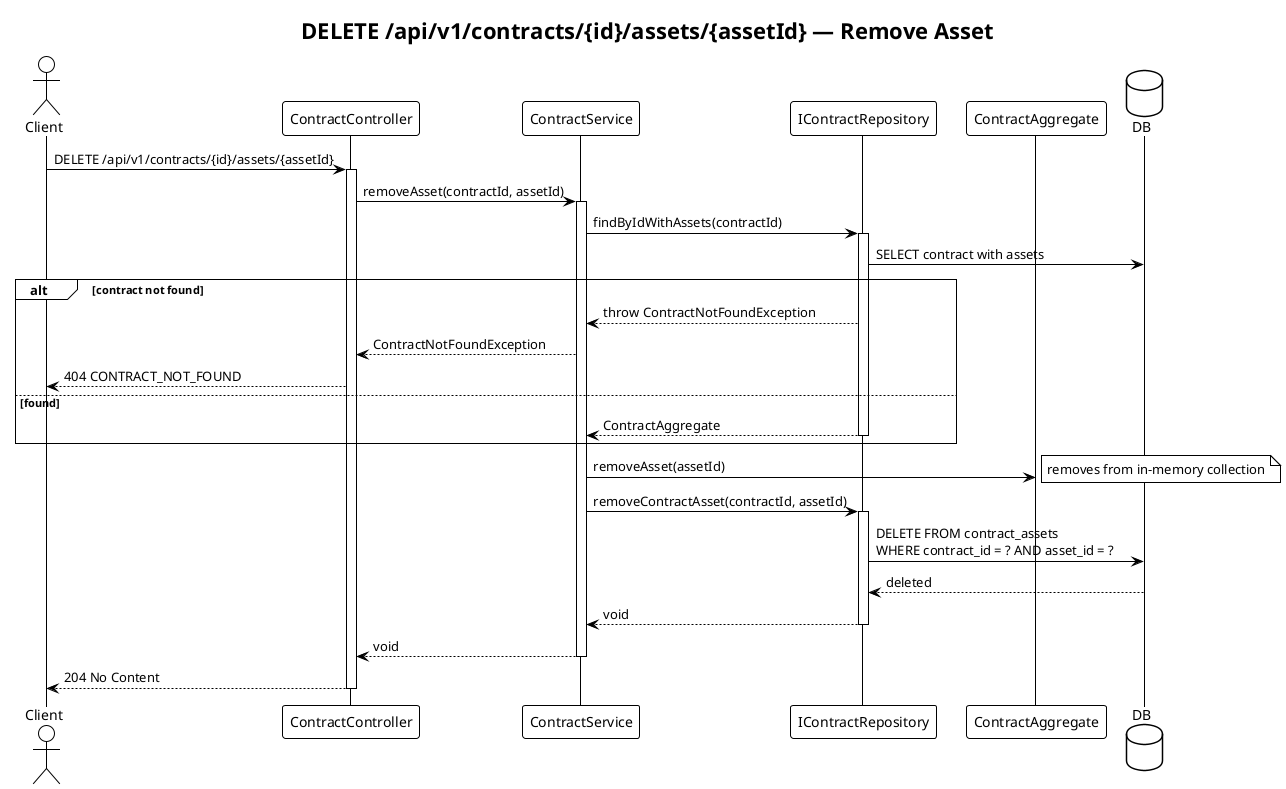
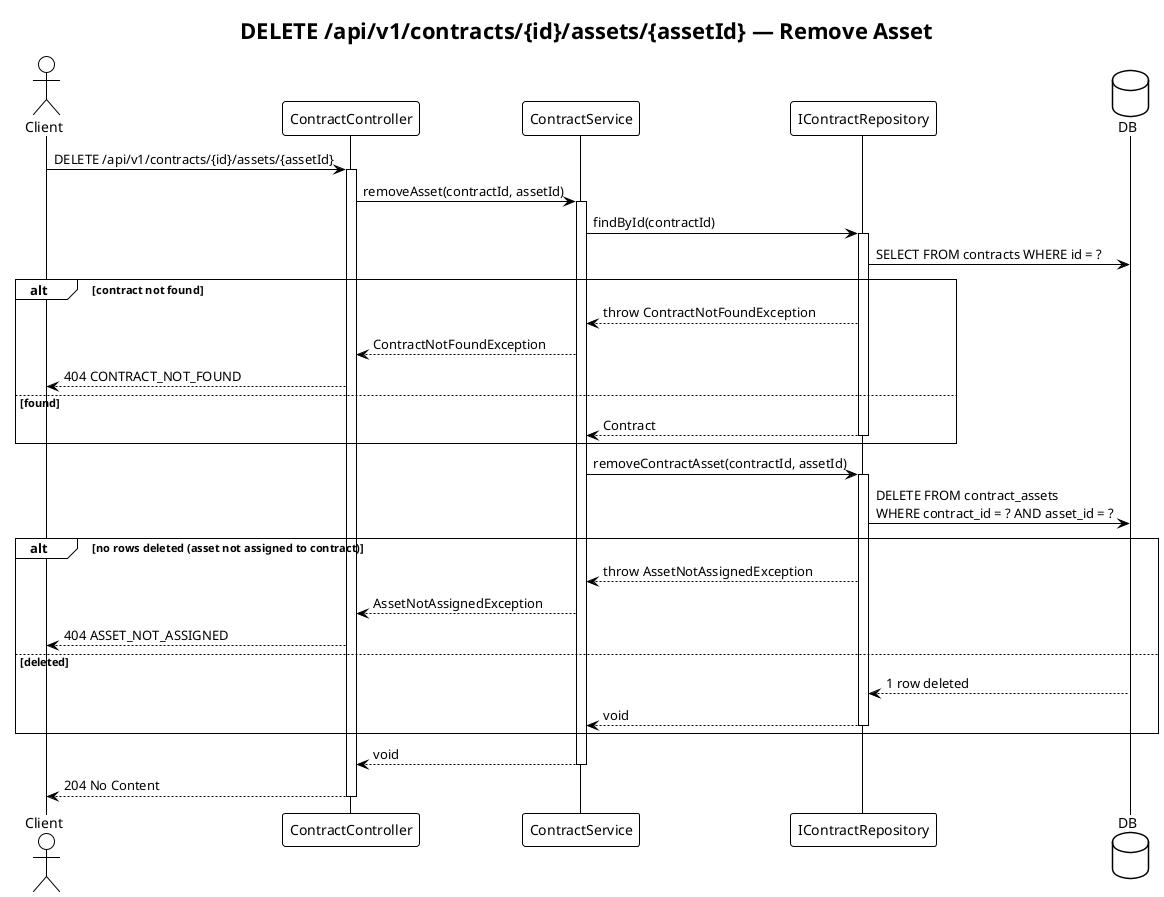
@startuml remove-asset
!theme plain
title DELETE /api/v1/contracts/{id}/assets/{assetId} — Remove Asset

actor Client
participant "ContractController" as Controller
participant "ContractService" as Service
participant "IContractRepository" as IRepo
- participant "ContractAggregate" as Aggregate
database DB

Client -> Controller : DELETE /api/v1/contracts/{id}/assets/{assetId}
activate Controller
Controller -> Service : removeAsset(contractId, assetId)
activate Service

- Service -> IRepo : findByIdWithAssets(contractId)
+ Service -> IRepo : findById(contractId)
activate IRepo
- IRepo -> DB : SELECT contract with assets
+ IRepo -> DB : SELECT FROM contracts WHERE id = ?

alt contract not found
    IRepo --> Service : throw ContractNotFoundException
    Service --> Controller : ContractNotFoundException
    Controller --> Client : 404 CONTRACT_NOT_FOUND
else found
-     IRepo --> Service : ContractAggregate
+     IRepo --> Service : Contract
    deactivate IRepo
end
- 
- Service -> Aggregate : removeAsset(assetId)
- note right: removes from in-memory collection

Service -> IRepo : removeContractAsset(contractId, assetId)
activate IRepo
IRepo -> DB : DELETE FROM contract_assets\nWHERE contract_id = ? AND asset_id = ?
- DB --> IRepo : deleted
- IRepo --> Service : void
- deactivate IRepo
+ 
+ alt no rows deleted (asset not assigned to contract)
+     IRepo --> Service : throw AssetNotAssignedException
+     Service --> Controller : AssetNotAssignedException
+     Controller --> Client : 404 ASSET_NOT_ASSIGNED
+ else deleted
+     DB --> IRepo : 1 row deleted
+     IRepo --> Service : void
+     deactivate IRepo
+ end

Service --> Controller : void
deactivate Service
Controller --> Client : 204 No Content
deactivate Controller
@enduml
